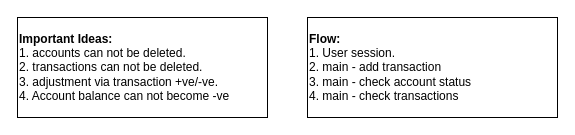
Above: page "pointers" (2 of 4) of architecture/personal_finance_utility.drawio in pogo420/persofin (draw.io), before the change. Source tidied: cells renumbered, new cells numbered last; positions are measured from the earlier drawing's top-left corner, leaving out a move shared by most shapes. Both pictures are drawn from the tidied source at 100%, with x=0, y=0 at pixel (17, 17).
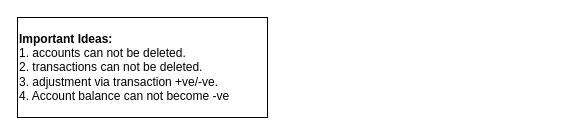
The same diagram, later.

Change to the diagram source:
```diff
@@
 <mxGraphModel>
   <root>
     <mxCell id="0" />
     <mxCell id="1" parent="0" />
     <mxCell id="2" value="&lt;b&gt;Important Ideas:&lt;br&gt;&lt;/b&gt;1. accounts can not be deleted.&lt;br&gt;2. transactions can not be deleted.&lt;br&gt;3. adjustment via transaction +ve/-ve.&lt;br&gt;4. Account balance can not become -ve" style="rounded=0;whiteSpace=wrap;html=1;align=left;" parent="1" vertex="1">
       <mxGeometry width="250" height="100" as="geometry" />
     </mxCell>
-    <mxCell id="3" value="&lt;b&gt;Flow:&lt;br&gt;&lt;/b&gt;1. User session.&lt;br&gt;2. main - add transaction&amp;nbsp;&lt;br&gt;3. main - check account status&lt;br&gt;4. main - check transactions" style="rounded=0;whiteSpace=wrap;html=1;align=left;" parent="1" vertex="1">
-      <mxGeometry x="290" width="250" height="100" as="geometry" />
-    </mxCell>
   </root>
 </mxGraphModel>
```
